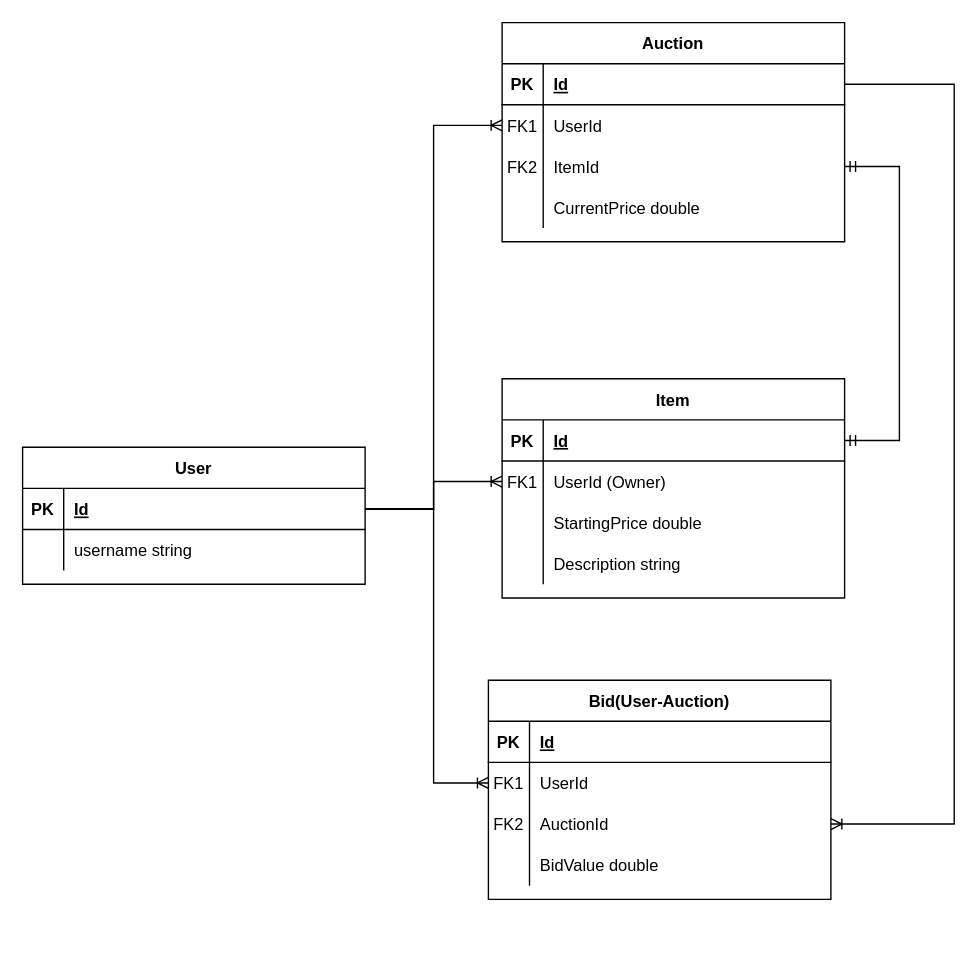
This is Documentation/OnlineAuctionDatabase.drawio from Yousif-FJ/OnlineAuction, a draw.io file, before an edit. Source tidied: cells renumbered, new cells numbered last; positions are measured from the earlier drawing's top-left corner, leaving out a move shared by most shapes. Both pictures are drawn from the tidied source at 137%, with x=0, y=0 at pixel (22, 22).
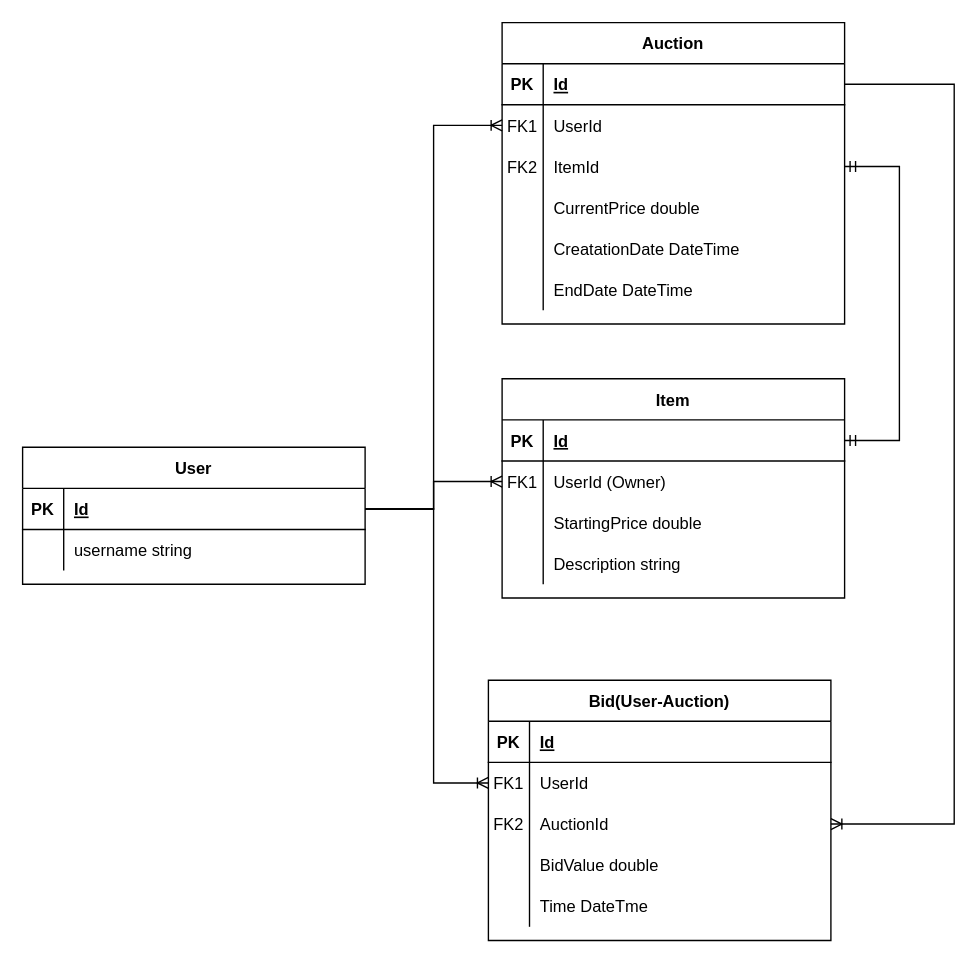
Above is the later version.

The edit, as a diff of the source:
```diff
@@
     <mxCell id="2" value="Auction" style="shape=table;startSize=30;childLayout=tableLayout;rowLines=0;fontStyle=1;align=center;" parent="1" vertex="1">
-      <mxGeometry x="350" width="250" height="160" as="geometry" />
+      <mxGeometry x="350" width="250" height="220" as="geometry" />
     </mxCell>
@@
+    <mxCell id="53" style="shape=partialRectangle;fillColor=none;top=0;left=0;right=0;bottom=0;" parent="2" vertex="1">
+      <mxGeometry y="150" width="250" height="30" as="geometry" />
+    </mxCell>
+    <mxCell id="54" style="shape=partialRectangle;overflow=hidden;fillColor=none;top=0;left=0;bottom=0;right=0;" parent="53" vertex="1">
+      <mxGeometry width="30" height="30" as="geometry" />
+    </mxCell>
+    <mxCell id="55" value="CreatationDate DateTime" style="shape=partialRectangle;overflow=hidden;fillColor=none;top=0;left=0;bottom=0;right=0;align=left;spacingLeft=6;" parent="53" vertex="1">
+      <mxGeometry x="30" width="220" height="30" as="geometry" />
+    </mxCell>
+    <mxCell id="56" style="shape=partialRectangle;fillColor=none;top=0;left=0;right=0;bottom=0;" parent="2" vertex="1">
+      <mxGeometry y="180" width="250" height="30" as="geometry" />
+    </mxCell>
+    <mxCell id="57" style="shape=partialRectangle;overflow=hidden;fillColor=none;top=0;left=0;bottom=0;right=0;" parent="56" vertex="1">
+      <mxGeometry width="30" height="30" as="geometry" />
+    </mxCell>
+    <mxCell id="58" value="EndDate DateTime" style="shape=partialRectangle;overflow=hidden;fillColor=none;top=0;left=0;bottom=0;right=0;align=left;spacingLeft=6;" parent="56" vertex="1">
+      <mxGeometry x="30" width="220" height="30" as="geometry" />
+    </mxCell>
@@
     <mxCell id="37" value="Bid(User-Auction)" style="shape=table;startSize=30;childLayout=tableLayout;rowLines=0;fontStyle=1;align=center;" parent="1" vertex="1">
-      <mxGeometry x="340" y="480" width="250" height="160" as="geometry" />
+      <mxGeometry x="340" y="480" width="250" height="190" as="geometry" />
     </mxCell>
@@
+    <mxCell id="59" style="shape=partialRectangle;fillColor=none;top=0;left=0;right=0;bottom=0;" parent="37" vertex="1">
+      <mxGeometry y="150" width="250" height="30" as="geometry" />
+    </mxCell>
+    <mxCell id="60" style="shape=partialRectangle;overflow=hidden;fillColor=none;top=0;left=0;bottom=0;right=0;" parent="59" vertex="1">
+      <mxGeometry width="30" height="30" as="geometry" />
+    </mxCell>
+    <mxCell id="61" value="Time DateTme" style="shape=partialRectangle;overflow=hidden;fillColor=none;top=0;left=0;bottom=0;right=0;align=left;spacingLeft=6;" parent="59" vertex="1">
+      <mxGeometry x="30" width="220" height="30" as="geometry" />
+    </mxCell>
```
